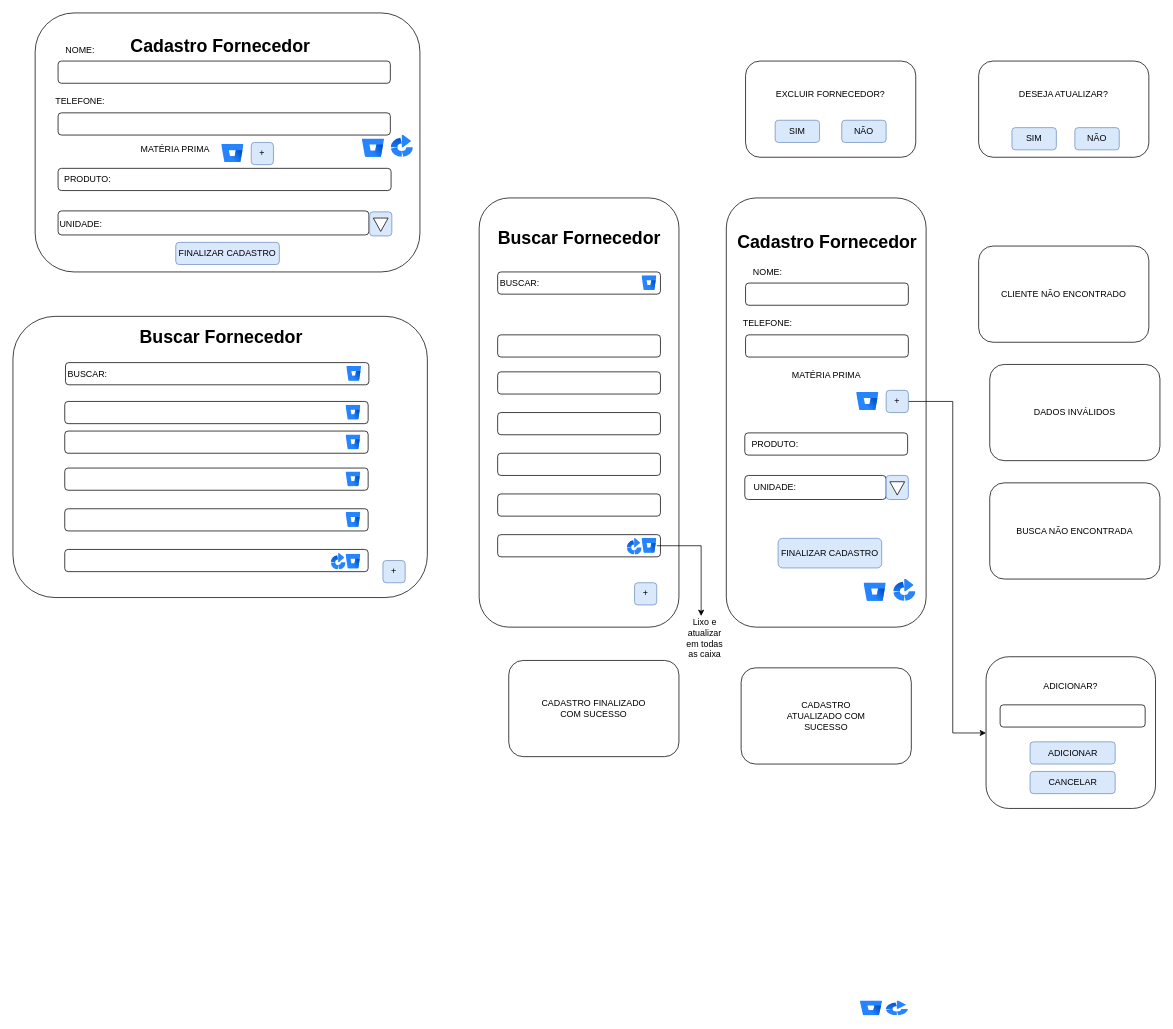
The draw.io diagram page "Página-3" (3 of 14) of DOC/tela.drawio in juliareis14/avatar.app, before the edit. Source tidied: cells renumbered, new cells numbered last; positions are measured from the earlier drawing's top-left corner, leaving out a move shared by most shapes. Both pictures are drawn from the tidied source at 74%, with x=0, y=0 at pixel (13, 13).
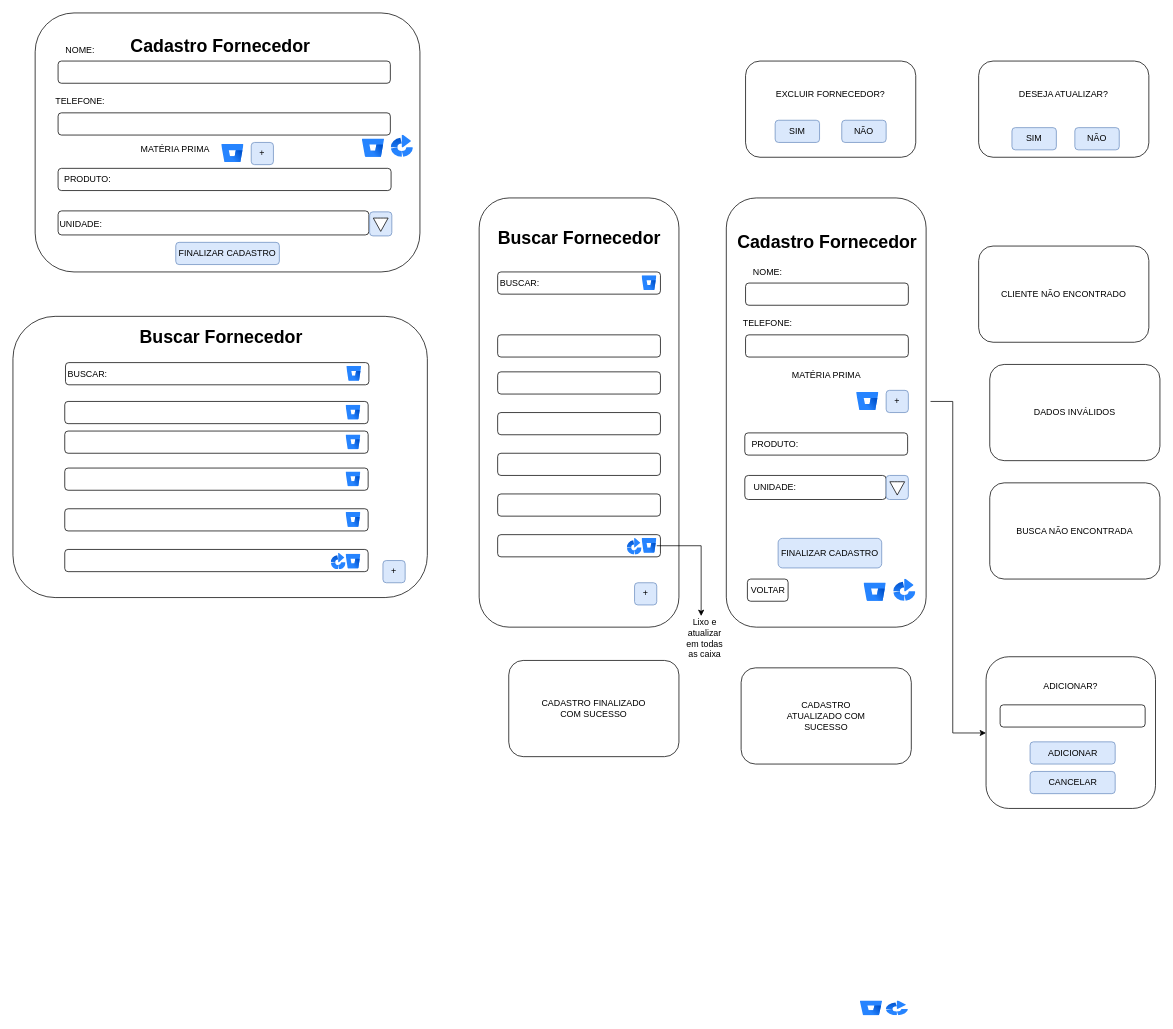
The same diagram, later.

The change refers to these unchanged cells:
```xml
<mxCell id="33" value="+" style="rounded=1;whiteSpace=wrap;html=1;direction=south;fillColor=#dae8fc;strokeColor=#6c8ebf;" parent="1" vertex="1">
  <mxGeometry x="1180" y="510" width="30" height="30" as="geometry" />
</mxCell>
<mxCell id="47" style="rounded=1;whiteSpace=wrap;html=1;" parent="1" vertex="1">
  <mxGeometry x="1315" y="870" width="229" height="205" as="geometry" />
</mxCell>
```

Diff of the diagram source:
```diff
@@
-    <mxCell id="32" style="edgeStyle=orthogonalEdgeStyle;rounded=0;jettySize=auto;html=1;" parent="1" edge="1" source="33" target="47">
+    <mxCell id="32" style="edgeStyle=orthogonalEdgeStyle;rounded=0;jettySize=auto;html=1;" parent="1" edge="1" target="47">
       <mxGeometry relative="1" as="geometry">
+        <mxPoint x="1240" y="525" as="sourcePoint" />
         <Array as="points">
           <mxPoint x="1270" y="525" />
           <mxPoint x="1270" y="973" />
         </Array>
       </mxGeometry>
     </mxCell>
@@
+    <mxCell id="94" value="VOLTAR" style="rounded=1;whiteSpace=wrap;html=1;" parent="1" vertex="1">
+      <mxGeometry x="992.5" y="765" width="55" height="30" as="geometry" />
+    </mxCell>
```
